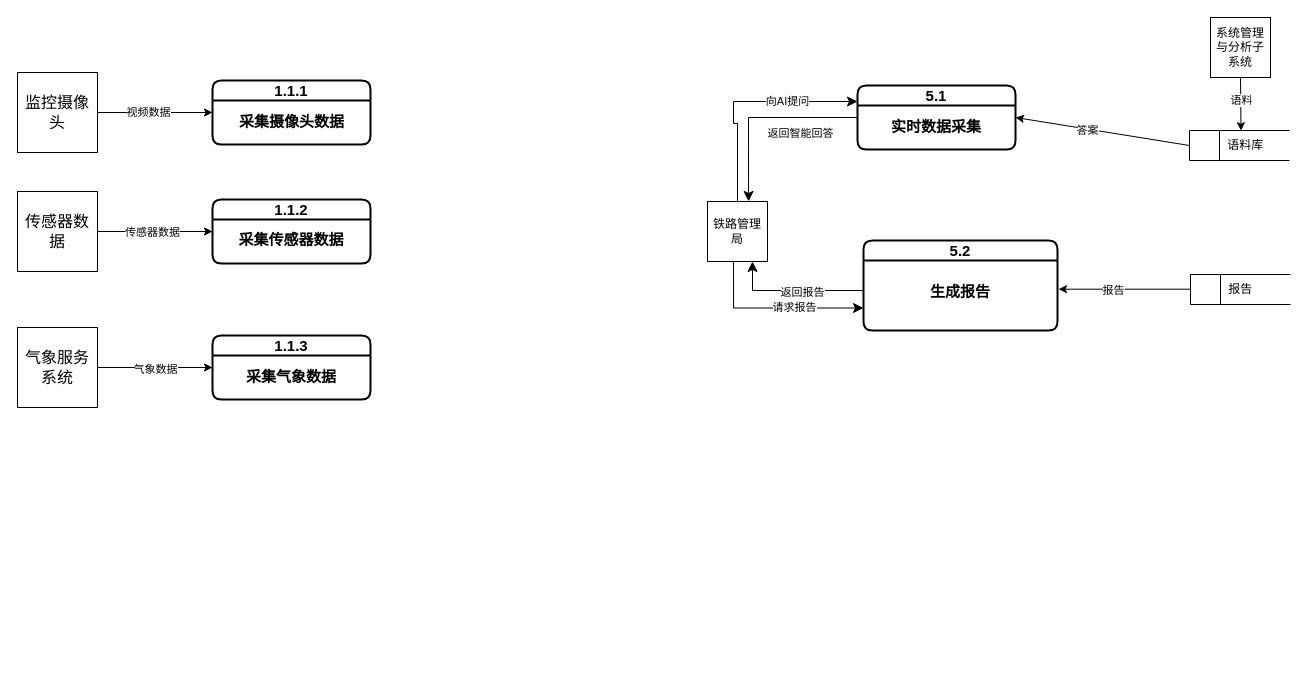
Lxlorange/drawio keeps this draw.io diagram as 系统图1.drawio. Above is the earlier version. Source tidied: cells renumbered, new cells numbered last; positions are measured from the earlier drawing's top-left corner, leaving out a move shared by most shapes. Both pictures are drawn from the tidied source at 100%, with x=0, y=0 at pixel (17, 17).
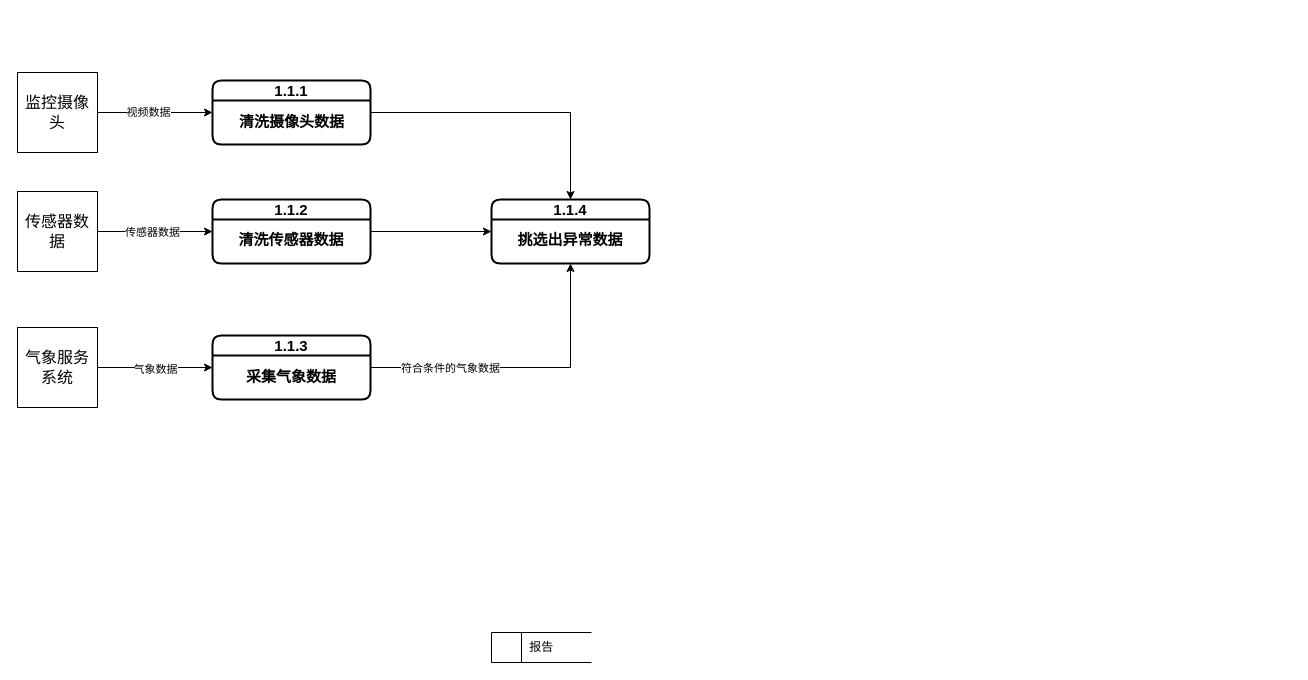
Above is the later version.

Unchanged cells that the change refers to:
```xml
<mxCell id="27" value="1.1.3" style="swimlane;html=1;startSize=20;fontStyle=1;horizontal=1;swimlaneLine=1;strokeWidth=2;swimlaneFillColor=#ffffff;whiteSpace=wrap;rounded=1;fontSize=15;" parent="1" vertex="1">
  <mxGeometry x="195" y="318" width="158" height="64" as="geometry" />
</mxCell>
<mxCell id="29" value="1.1.2" style="swimlane;html=1;startSize=20;fontStyle=1;horizontal=1;swimlaneLine=1;strokeWidth=2;swimlaneFillColor=#ffffff;whiteSpace=wrap;rounded=1;fontSize=15;" parent="1" vertex="1">
  <mxGeometry x="195" y="182" width="158" height="64" as="geometry" />
</mxCell>
<mxCell id="31" value="1.1.1" style="swimlane;html=1;startSize=20;fontStyle=1;horizontal=1;swimlaneLine=1;strokeWidth=2;swimlaneFillColor=#ffffff;whiteSpace=wrap;rounded=1;fontSize=15;" parent="1" vertex="1">
  <mxGeometry x="195" y="63" width="158" height="64" as="geometry" />
</mxCell>
```

Change to the diagram source:
```diff
@@
-    <mxCell id="2" value="5.1" style="swimlane;html=1;startSize=20;fontStyle=1;horizontal=1;swimlaneLine=1;strokeWidth=2;swimlaneFillColor=#ffffff;whiteSpace=wrap;rounded=1;fontSize=15;" parent="1" vertex="1">
-      <mxGeometry x="840" y="68" width="158" height="64" as="geometry" />
-    </mxCell>
-    <mxCell id="3" value="实时数据采集" style="text;html=1;align=center;verticalAlign=middle;whiteSpace=wrap;rounded=0;fontSize=15;fontStyle=1;" parent="2" vertex="1">
-      <mxGeometry x="28" y="26" width="102" height="30" as="geometry" />
-    </mxCell>
-    <mxCell id="4" value="&amp;nbsp; &amp;nbsp; &amp;nbsp; &amp;nbsp; &amp;nbsp; 语料库" style="html=1;dashed=0;whiteSpace=wrap;shape=mxgraph.dfd.dataStoreID;align=left;spacingLeft=3;points=[[0,0],[0.5,0],[1,0],[0,0.5],[1,0.5],[0,1],[0.5,1],[1,1]];" parent="1" vertex="1">
-      <mxGeometry x="1172" y="113" width="100" height="30" as="geometry" />
-    </mxCell>
-    <mxCell id="5" value="铁路管理局" style="rounded=0;whiteSpace=wrap;html=1;" parent="1" vertex="1">
-      <mxGeometry x="690" y="184" width="60" height="60" as="geometry" />
-    </mxCell>
-    <mxCell id="6" value="5.2" style="swimlane;html=1;startSize=20;fontStyle=1;horizontal=1;swimlaneLine=1;strokeWidth=2;swimlaneFillColor=#ffffff;whiteSpace=wrap;rounded=1;fontSize=15;" parent="1" vertex="1">
-      <mxGeometry x="846" y="223" width="194" height="90" as="geometry" />
-    </mxCell>
-    <mxCell id="7" value="生成报告" style="text;html=1;align=center;verticalAlign=middle;whiteSpace=wrap;rounded=0;fontSize=15;fontStyle=1;" parent="6" vertex="1">
-      <mxGeometry x="52" y="36" width="90" height="30" as="geometry" />
-    </mxCell>
-    <mxCell id="8" style="edgeStyle=segmentEdgeStyle;endArrow=classic;html=1;curved=0;rounded=0;endSize=8;startSize=8;exitX=0.5;exitY=0;exitDx=0;exitDy=0;entryX=0;entryY=0.25;entryDx=0;entryDy=0;" parent="1" edge="1" source="5" target="2">
-      <mxGeometry relative="1" as="geometry">
-        <Array as="points">
-          <mxPoint x="716" y="106" />
-        </Array>
-      </mxGeometry>
-    </mxCell>
-    <mxCell id="9" value="向AI提问" style="edgeLabel;html=1;align=center;verticalAlign=middle;" parent="8" vertex="1">
-      <mxGeometry x="0.38" y="1" relative="1" as="geometry" />
-    </mxCell>
-    <mxCell id="10" style="edgeStyle=segmentEdgeStyle;endArrow=classic;html=1;curved=0;rounded=0;endSize=8;startSize=8;exitX=0;exitY=0.5;exitDx=0;exitDy=0;entryX=0.685;entryY=-0.001;entryDx=0;entryDy=0;entryPerimeter=0;" parent="1" edge="1" source="2" target="5">
-      <mxGeometry relative="1" as="geometry">
-        <Array as="points">
-          <mxPoint x="731" y="128" />
-          <mxPoint x="731" y="177" />
-        </Array>
-      </mxGeometry>
-    </mxCell>
-    <mxCell id="11" value="返回智能回答" style="edgeLabel;html=1;align=center;verticalAlign=middle;" parent="10" vertex="1">
-      <mxGeometry x="0.31" y="2" relative="1" as="geometry">
-        <mxPoint x="49" y="-2" as="offset" />
-      </mxGeometry>
-    </mxCell>
-    <mxCell id="12" style="endArrow=classic;html=1;rounded=0;exitX=0;exitY=0.5;exitDx=0;exitDy=0;entryX=1;entryY=0.5;entryDx=0;entryDy=0;" parent="1" edge="1" source="4" target="2">
-      <mxGeometry relative="1" as="geometry" />
-    </mxCell>
-    <mxCell id="13" value="答案" style="edgeLabel;html=1;align=center;verticalAlign=middle;" parent="12" vertex="1">
-      <mxGeometry x="0.18" y="1" relative="1" as="geometry" />
-    </mxCell>
-    <mxCell id="14" value="系统管理与分析子系统" style="rounded=0;whiteSpace=wrap;html=1;" parent="1" vertex="1">
-      <mxGeometry x="1193" width="60" height="60" as="geometry" />
-    </mxCell>
-    <mxCell id="15" style="endArrow=classic;html=1;rounded=0;entryX=0.515;entryY=0.008;entryDx=0;entryDy=0;entryPerimeter=0;exitX=0.5;exitY=1;exitDx=0;exitDy=0;" parent="1" edge="1" source="14" target="4">
-      <mxGeometry relative="1" as="geometry" />
-    </mxCell>
-    <mxCell id="16" value="语料" style="edgeLabel;html=1;align=center;verticalAlign=middle;" parent="15" vertex="1">
-      <mxGeometry x="0.17" relative="1" as="geometry">
-        <mxPoint y="-8" as="offset" />
-      </mxGeometry>
-    </mxCell>
-    <mxCell id="17" value="&amp;nbsp; &amp;nbsp; &amp;nbsp; &amp;nbsp; &amp;nbsp; 报告" style="html=1;dashed=0;whiteSpace=wrap;shape=mxgraph.dfd.dataStoreID;align=left;spacingLeft=3;" parent="1" vertex="1">
-      <mxGeometry x="1173" y="257" width="100" height="30" as="geometry" />
-    </mxCell>
-    <mxCell id="18" style="edgeStyle=segmentEdgeStyle;endArrow=classic;html=1;curved=0;rounded=0;endSize=8;startSize=8;entryX=0.75;entryY=1;entryDx=0;entryDy=0;" parent="1" edge="1" target="5">
-      <mxGeometry relative="1" as="geometry">
-        <mxPoint x="846" y="273" as="sourcePoint" />
-        <Array as="points">
-          <mxPoint x="846" y="273" />
-          <mxPoint x="756" y="273" />
-          <mxPoint x="735" y="272" />
-        </Array>
-      </mxGeometry>
-    </mxCell>
-    <mxCell id="19" value="返回报告" style="edgeLabel;html=1;align=center;verticalAlign=middle;" parent="18" vertex="1">
-      <mxGeometry x="0.38" y="1" relative="1" as="geometry">
-        <mxPoint x="35" as="offset" />
-      </mxGeometry>
-    </mxCell>
-    <mxCell id="20" style="edgeStyle=segmentEdgeStyle;endArrow=classic;html=1;curved=0;rounded=0;endSize=8;startSize=8;entryX=0;entryY=0.75;entryDx=0;entryDy=0;exitX=0.434;exitY=1.005;exitDx=0;exitDy=0;exitPerimeter=0;" parent="1" edge="1" source="5" target="6">
-      <mxGeometry relative="1" as="geometry">
-        <Array as="points">
-          <mxPoint x="716" y="290" />
-        </Array>
-      </mxGeometry>
-    </mxCell>
-    <mxCell id="21" value="请求报告" style="edgeLabel;html=1;align=center;verticalAlign=middle;" parent="20" vertex="1">
-      <mxGeometry x="0.31" y="2" relative="1" as="geometry">
-        <mxPoint x="-8" y="1" as="offset" />
-      </mxGeometry>
-    </mxCell>
-    <mxCell id="22" style="endArrow=classic;html=1;rounded=0;exitX=0;exitY=0.5;exitDx=0;exitDy=0;entryX=1;entryY=0.5;entryDx=0;entryDy=0;" parent="1" edge="1">
-      <mxGeometry relative="1" as="geometry">
-        <mxPoint x="1173" y="271.7" as="sourcePoint" />
-        <mxPoint x="1041" y="271.7" as="targetPoint" />
-      </mxGeometry>
-    </mxCell>
-    <mxCell id="23" value="报告" style="edgeLabel;html=1;align=center;verticalAlign=middle;" parent="22" vertex="1">
-      <mxGeometry x="0.18" y="1" relative="1" as="geometry" />
-    </mxCell>
@@
+    <mxCell id="39" style="edgeStyle=orthogonalEdgeStyle;rounded=0;jettySize=auto;html=1;exitX=1;exitY=0.5;exitDx=0;exitDy=0;entryX=0.5;entryY=1;entryDx=0;entryDy=0;" parent="1" edge="1" source="27" target="43">
+      <mxGeometry relative="1" as="geometry" />
+    </mxCell>
+    <mxCell id="40" value="符合条件的气象数据" style="edgeLabel;html=1;align=center;verticalAlign=middle;" parent="39" vertex="1">
+      <mxGeometry x="-0.48" relative="1" as="geometry" />
+    </mxCell>
@@
+    <mxCell id="41" style="edgeStyle=orthogonalEdgeStyle;rounded=0;jettySize=auto;html=1;exitX=1;exitY=0.5;exitDx=0;exitDy=0;entryX=0;entryY=0.5;entryDx=0;entryDy=0;" parent="1" edge="1" source="29" target="43">
+      <mxGeometry relative="1" as="geometry" />
+    </mxCell>
@@
-    <mxCell id="30" value="采集传感器数据" style="text;html=1;align=center;verticalAlign=middle;whiteSpace=wrap;rounded=0;fontSize=15;fontStyle=1;" parent="29" vertex="1">
+    <mxCell id="30" value="清洗传感器数据" style="text;html=1;align=center;verticalAlign=middle;whiteSpace=wrap;rounded=0;fontSize=15;fontStyle=1;" parent="29" vertex="1">
       <mxGeometry x="21" y="25" width="116" height="30" as="geometry" />
     </mxCell>
+    <mxCell id="42" style="edgeStyle=orthogonalEdgeStyle;rounded=0;jettySize=auto;html=1;exitX=1;exitY=0.5;exitDx=0;exitDy=0;entryX=0.5;entryY=0;entryDx=0;entryDy=0;" parent="1" edge="1" source="31" target="43">
+      <mxGeometry relative="1" as="geometry" />
+    </mxCell>
@@
-    <mxCell id="32" value="采集摄像头数据" style="text;html=1;align=center;verticalAlign=middle;whiteSpace=wrap;rounded=0;fontSize=15;fontStyle=1;" parent="31" vertex="1">
+    <mxCell id="32" value="清洗摄像头数据" style="text;html=1;align=center;verticalAlign=middle;whiteSpace=wrap;rounded=0;fontSize=15;fontStyle=1;" parent="31" vertex="1">
       <mxGeometry x="23.5" y="26" width="111" height="30" as="geometry" />
     </mxCell>
@@
+    <mxCell id="17" value="&amp;nbsp; &amp;nbsp; &amp;nbsp; &amp;nbsp; &amp;nbsp; 报告" style="html=1;dashed=0;whiteSpace=wrap;shape=mxgraph.dfd.dataStoreID;align=left;spacingLeft=3;" parent="1" vertex="1">
+      <mxGeometry x="474" y="615" width="100" height="30" as="geometry" />
+    </mxCell>
+    <mxCell id="43" value="1.1.4" style="swimlane;html=1;startSize=20;fontStyle=1;horizontal=1;swimlaneLine=1;strokeWidth=2;swimlaneFillColor=#ffffff;whiteSpace=wrap;rounded=1;fontSize=15;" parent="1" vertex="1">
+      <mxGeometry x="474" y="182" width="158" height="64" as="geometry" />
+    </mxCell>
+    <mxCell id="44" value="挑选出异常数据" style="text;html=1;align=center;verticalAlign=middle;whiteSpace=wrap;rounded=0;fontSize=15;fontStyle=1;" parent="43" vertex="1">
+      <mxGeometry x="21" y="25" width="116" height="30" as="geometry" />
+    </mxCell>
```
